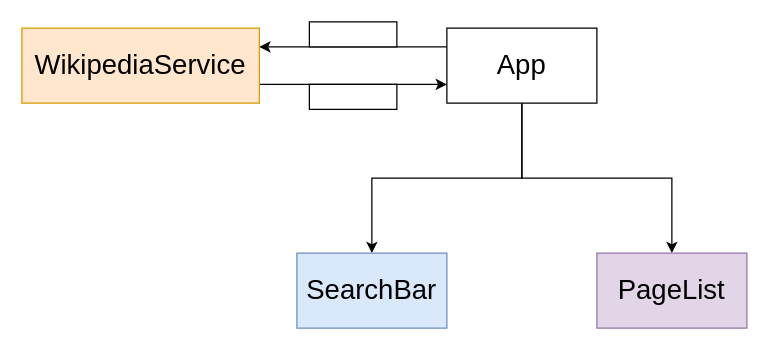
Before: page "04 - comps" (4 of 10) of diagrams/wikisearch/diagrams.drawio in StephenGrider/ng-casts, a draw.io diagram. Source tidied: cells renumbered, new cells numbered last; positions are measured from the earlier drawing's top-left corner, leaving out a move shared by most shapes. Both pictures are drawn from the tidied source at 125%, with x=0, y=0 at pixel (21, 21).
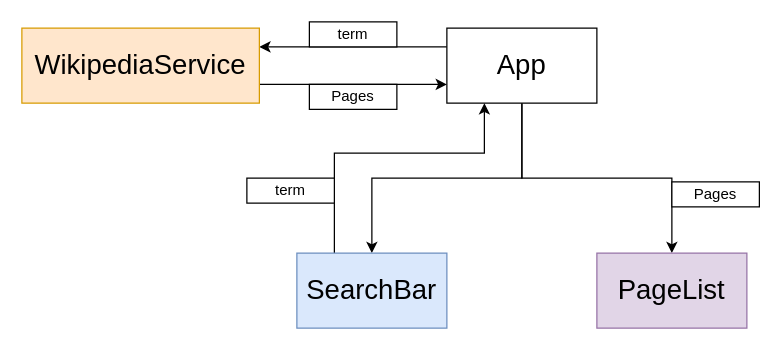
The same diagram, later.

What changed in the source:
```diff
@@
 <mxGraphModel>
   <root>
     <mxCell id="0" />
     <mxCell id="1" parent="0" />
     <mxCell id="2" style="edgeStyle=orthogonalEdgeStyle;rounded=0;jettySize=auto;html=1;exitX=0.5;exitY=1;exitDx=0;exitDy=0;fontSize=22;" parent="1" edge="1" source="5" target="6">
       <mxGeometry relative="1" as="geometry" />
     </mxCell>
     <mxCell id="3" style="edgeStyle=orthogonalEdgeStyle;rounded=0;jettySize=auto;html=1;exitX=0.5;exitY=1;exitDx=0;exitDy=0;fontSize=22;" parent="1" edge="1" source="5" target="7">
       <mxGeometry relative="1" as="geometry" />
     </mxCell>
     <mxCell id="4" style="edgeStyle=orthogonalEdgeStyle;rounded=0;jettySize=auto;html=1;exitX=0;exitY=0.25;exitDx=0;exitDy=0;entryX=1;entryY=0.25;entryDx=0;entryDy=0;fontSize=22;" parent="1" edge="1" source="5" target="9">
       <mxGeometry relative="1" as="geometry" />
     </mxCell>
     <mxCell id="5" value="App" style="rounded=0;whiteSpace=wrap;html=1;fontSize=22;align=center;" parent="1" vertex="1">
       <mxGeometry x="340" y="5" width="120" height="60" as="geometry" />
     </mxCell>
+    <mxCell id="12" style="edgeStyle=orthogonalEdgeStyle;rounded=0;jettySize=auto;html=1;exitX=0.25;exitY=0;exitDx=0;exitDy=0;entryX=0.25;entryY=1;entryDx=0;entryDy=0;fontSize=12;" parent="1" edge="1" source="6" target="5">
+      <mxGeometry relative="1" as="geometry">
+        <Array as="points">
+          <mxPoint x="250" y="105" />
+          <mxPoint x="370" y="105" />
+        </Array>
+      </mxGeometry>
+    </mxCell>
     <mxCell id="6" value="SearchBar" style="rounded=0;whiteSpace=wrap;html=1;fontSize=22;align=center;fillColor=#dae8fc;strokeColor=#6c8ebf;" parent="1" vertex="1">
       <mxGeometry x="220" y="185" width="120" height="60" as="geometry" />
     </mxCell>
     <mxCell id="7" value="PageList" style="rounded=0;whiteSpace=wrap;html=1;fontSize=22;align=center;fillColor=#e1d5e7;strokeColor=#9673a6;" parent="1" vertex="1">
       <mxGeometry x="460" y="185" width="120" height="60" as="geometry" />
     </mxCell>
     <mxCell id="8" style="edgeStyle=orthogonalEdgeStyle;rounded=0;jettySize=auto;html=1;exitX=1;exitY=0.75;exitDx=0;exitDy=0;entryX=0;entryY=0.75;entryDx=0;entryDy=0;fontSize=22;" parent="1" edge="1" source="9" target="5">
       <mxGeometry relative="1" as="geometry" />
     </mxCell>
     <mxCell id="9" value="WikipediaService" style="rounded=0;whiteSpace=wrap;html=1;fontSize=22;align=center;fillColor=#ffe6cc;strokeColor=#d79b00;" parent="1" vertex="1">
       <mxGeometry y="5" width="190" height="60" as="geometry" />
     </mxCell>
-    <mxCell id="10" style="rounded=0;whiteSpace=wrap;html=1;fontSize=12;align=center;" parent="1" vertex="1">
+    <mxCell id="10" value="term" style="rounded=0;whiteSpace=wrap;html=1;fontSize=12;align=center;" parent="1" vertex="1">
       <mxGeometry x="230" width="70" height="20" as="geometry" />
     </mxCell>
-    <mxCell id="11" style="rounded=0;whiteSpace=wrap;html=1;fontSize=12;align=center;" parent="1" vertex="1">
+    <mxCell id="11" value="Pages" style="rounded=0;whiteSpace=wrap;html=1;fontSize=12;align=center;" parent="1" vertex="1">
       <mxGeometry x="230" y="50" width="70" height="20" as="geometry" />
     </mxCell>
+    <mxCell id="13" value="term" style="rounded=0;whiteSpace=wrap;html=1;fontSize=12;align=center;" parent="1" vertex="1">
+      <mxGeometry x="180" y="125" width="70" height="20" as="geometry" />
+    </mxCell>
+    <mxCell id="14" value="Pages" style="rounded=0;whiteSpace=wrap;html=1;fontSize=12;align=center;" parent="1" vertex="1">
+      <mxGeometry x="520" y="128" width="70" height="20" as="geometry" />
+    </mxCell>
   </root>
 </mxGraphModel>
```
